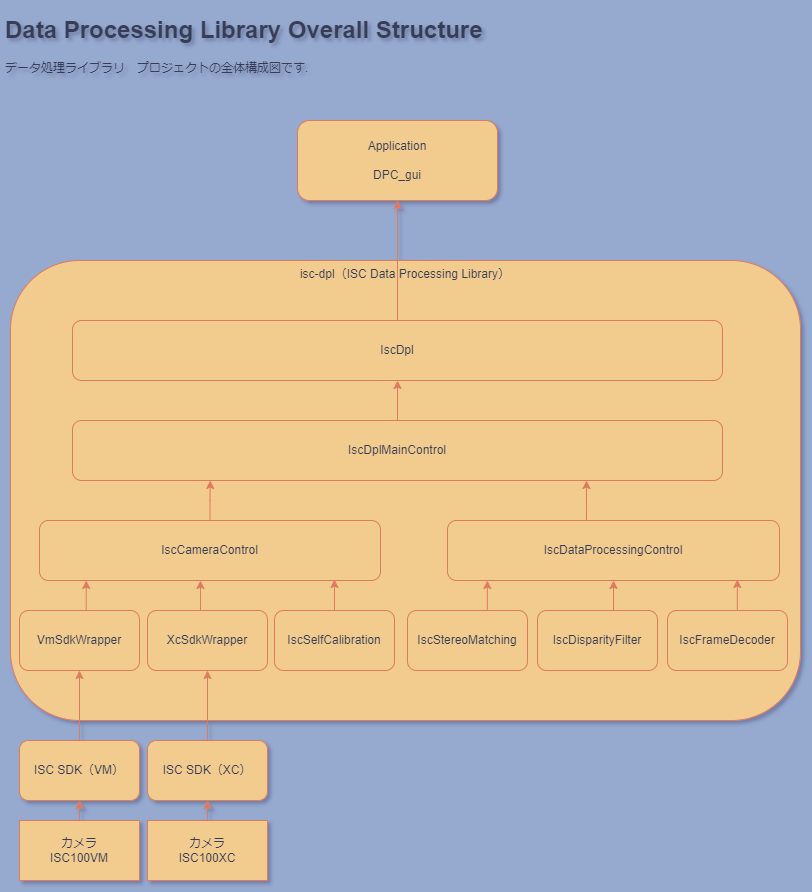
Before: res/data_processing_lib-Overall-Structure.drawio.png, a diagram exported from draw.io (ITDLab/isc-dpl). Source tidied: cells renumbered, new cells last; positions are measured from the earlier drawing's top-left corner, leaving out a move shared by most shapes.
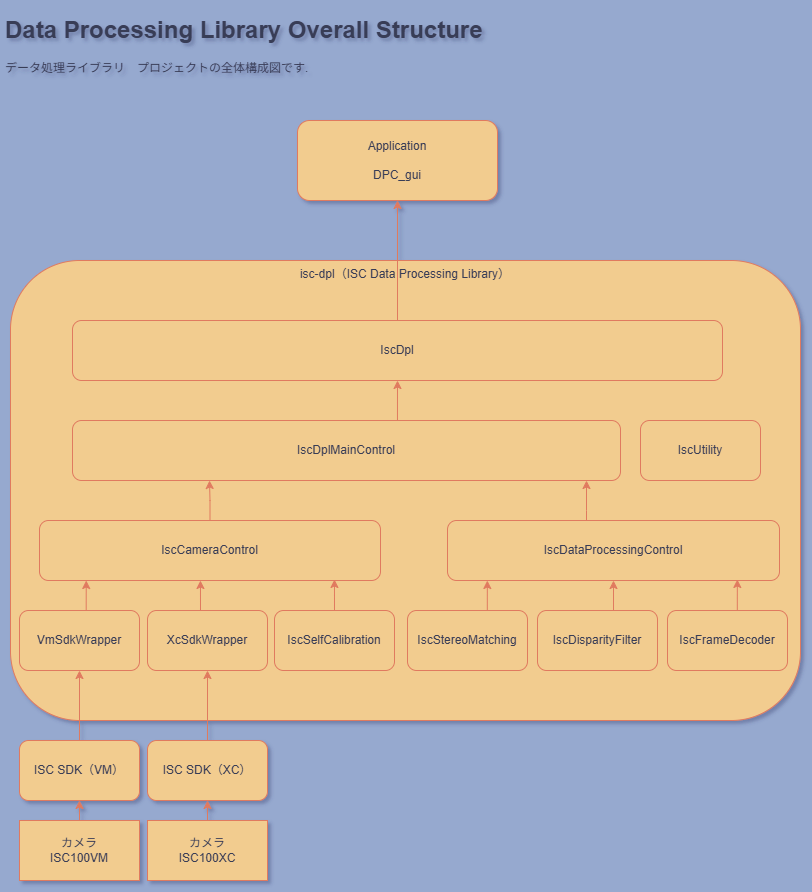
After the commit.

What changed in the source:
```diff
@@ -64,11 +64,11 @@
     <mxCell id="20" value="IscDataProcessingControl" style="rounded=1;whiteSpace=wrap;html=1;labelBackgroundColor=none;fillColor=#F2CC8F;strokeColor=#E07A5F;fontColor=#393C56;" parent="1" vertex="1">
       <mxGeometry x="447" y="510" width="332" height="60" as="geometry" />
     </mxCell>
-    <mxCell id="21" style="edgeStyle=orthogonalEdgeStyle;rounded=0;jettySize=auto;html=1;exitX=0.5;exitY=0;exitDx=0;exitDy=0;entryX=0.5;entryY=1;entryDx=0;entryDy=0;labelBackgroundColor=none;strokeColor=#E07A5F;fontColor=default;" parent="1" edge="1" source="22" target="24">
+    <mxCell id="21" style="edgeStyle=orthogonalEdgeStyle;rounded=0;jettySize=auto;html=1;exitX=0.593;exitY=0;exitDx=0;exitDy=0;entryX=0.5;entryY=1;entryDx=0;entryDy=0;labelBackgroundColor=none;strokeColor=#E07A5F;fontColor=default;exitPerimeter=0;" parent="1" edge="1" source="22" target="24">
       <mxGeometry relative="1" as="geometry" />
     </mxCell>
     <mxCell id="22" value="IscDplMainControl" style="rounded=1;whiteSpace=wrap;html=1;labelBackgroundColor=none;fillColor=#F2CC8F;strokeColor=#E07A5F;fontColor=#393C56;" parent="1" vertex="1">
-      <mxGeometry x="72" y="410" width="650" height="60" as="geometry" />
+      <mxGeometry x="72" y="410" width="548" height="60" as="geometry" />
     </mxCell>
     <mxCell id="23" style="edgeStyle=orthogonalEdgeStyle;rounded=0;jettySize=auto;html=1;exitX=0.5;exitY=0;exitDx=0;exitDy=0;entryX=0.5;entryY=1;entryDx=0;entryDy=0;labelBackgroundColor=none;strokeColor=#E07A5F;fontColor=default;" parent="1" edge="1" source="24" target="25">
       <mxGeometry relative="1" as="geometry" />
@@ -97,8 +97,11 @@
     <mxCell id="31" style="edgeStyle=orthogonalEdgeStyle;rounded=0;jettySize=auto;html=1;exitX=0.5;exitY=0;exitDx=0;exitDy=0;entryX=0.472;entryY=1;entryDx=0;entryDy=0;entryPerimeter=0;fillColor=#F2CC8F;strokeColor=#E07A5F;labelBackgroundColor=none;fontColor=default;" parent="1" edge="1" source="13" target="14">
       <mxGeometry relative="1" as="geometry" />
     </mxCell>
-    <mxCell id="32" style="edgeStyle=orthogonalEdgeStyle;rounded=0;jettySize=auto;html=1;exitX=0.5;exitY=0;exitDx=0;exitDy=0;entryX=0.212;entryY=1;entryDx=0;entryDy=0;entryPerimeter=0;strokeColor=#E07A5F;fontColor=default;fillColor=#F2CC8F;labelBackgroundColor=none;" parent="1" edge="1" source="14" target="22">
+    <mxCell id="32" style="edgeStyle=orthogonalEdgeStyle;rounded=0;jettySize=auto;html=1;exitX=0.5;exitY=0;exitDx=0;exitDy=0;entryX=0.25;entryY=1;entryDx=0;entryDy=0;strokeColor=#E07A5F;fontColor=default;fillColor=#F2CC8F;labelBackgroundColor=none;" parent="1" edge="1" source="14" target="22">
       <mxGeometry relative="1" as="geometry" />
     </mxCell>
+    <mxCell id="33" value="IscUtility" style="rounded=1;whiteSpace=wrap;html=1;labelBackgroundColor=none;fillColor=#F2CC8F;strokeColor=#E07A5F;fontColor=#393C56;" parent="1" vertex="1">
+      <mxGeometry x="640" y="410" width="120" height="60" as="geometry" />
+    </mxCell>
   </root>
 </mxGraphModel>
```
